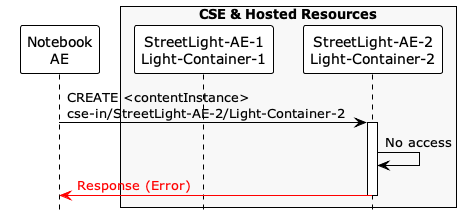
Above: images/05/create_contentInstance_2_fail.png in ankraft/onem2m-jupyter-notebooks (PlantUML), before the change. The source it was exported from:
```plantuml
@startuml
hide footbox
!theme plain
skinparam backgroundcolor transparent


participant "Notebook\nAE" as AE
box "CSE & Hosted Resources" #f8f8f8
participant "StreetLight-AE-1\nLight-Container-1" as container1
participant "StreetLight-AE-2\nLight-Container-2" as container2
end box

AE -> container2 ++: CREATE <contentInstance>\ncse-in/StreetLight-AE-2/Light-Container-2
container2 -> container2: No access
AE <[#ff0000]- container2 --: <font color="red">Response (Error)</font>

@enduml
```
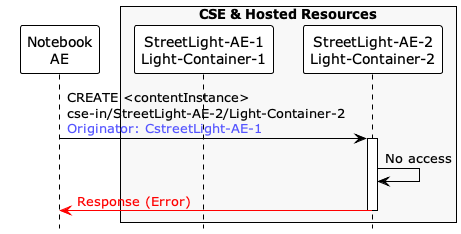
After the commit.

Change to the diagram source:
```diff
@@ -10,7 +10,7 @@
 participant "StreetLight-AE-2\nLight-Container-2" as container2
 end box
 
-AE -> container2 ++: CREATE <contentInstance>\ncse-in/StreetLight-AE-2/Light-Container-2
+AE -> container2 ++: CREATE <contentInstance>\ncse-in/StreetLight-AE-2/Light-Container-2\n<font color="#5555ff">Originator: CstreetLight-AE-1
 container2 -> container2: No access
 AE <[#ff0000]- container2 --: <font color="red">Response (Error)</font>
 
```
